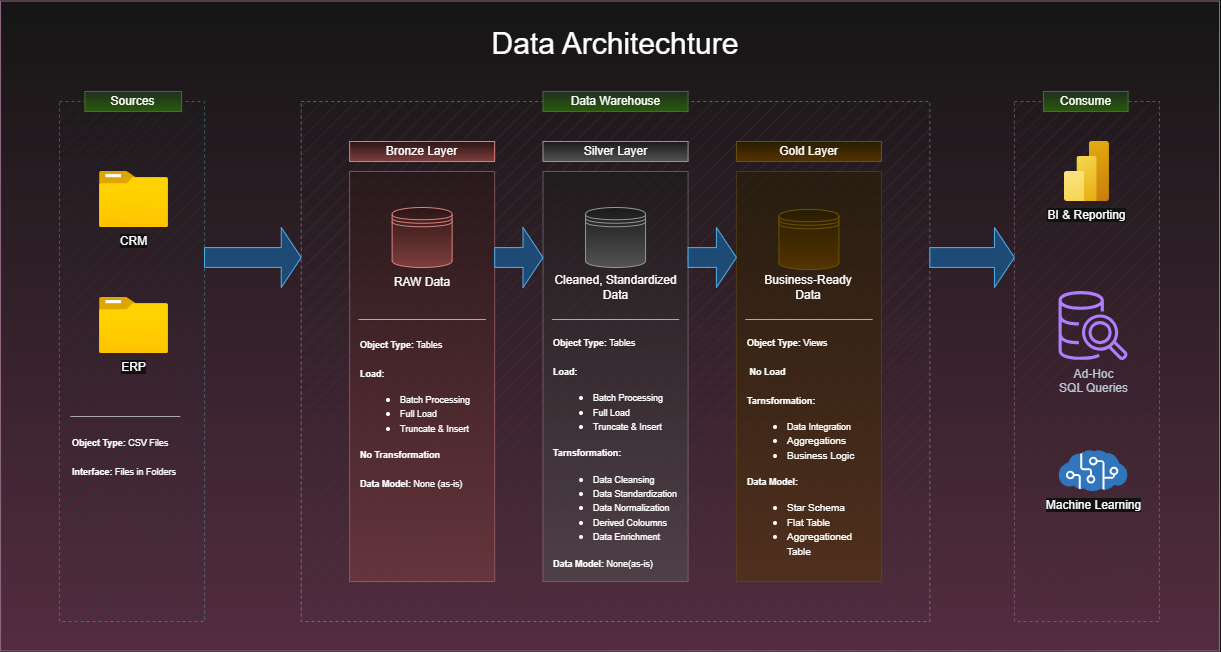
Above: docs/Data Architecture.png in galibhasan720/sql-data-warehouse-project-dwh (draw.io), before the change. Source tidied: cells renumbered, new cells last; positions are measured from the earlier drawing's top-left corner, leaving out a move shared by most shapes.
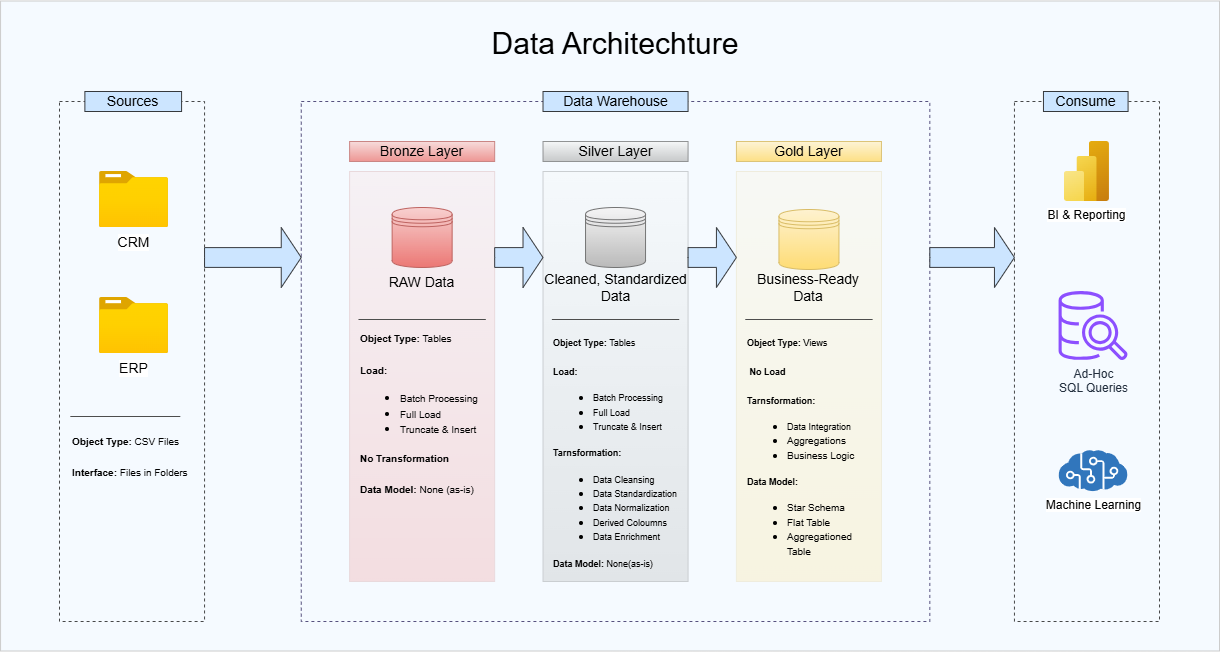
After the change.

Commit message:
Architecture Diagram updated

Diff of the diagram source:
```diff
@@ -2,70 +2,70 @@
   <root>
     <mxCell id="0" />
     <mxCell id="1" parent="0" />
-    <mxCell id="2" style="rounded=0;whiteSpace=wrap;html=1;fillColor=light-dark(#E6D0DE,#161616);gradientColor=light-dark(#D5739D,#63334A);strokeColor=#996185;opacity=80;opacityGroup=1;" parent="1" vertex="1">
+    <mxCell id="2" style="rounded=0;whiteSpace=wrap;html=1;fillColor=#cce5ff;strokeColor=#000000;opacity=20;opacityGroup=1;" parent="1" vertex="1">
       <mxGeometry y="-0.5" width="1219" height="650" as="geometry" />
     </mxCell>
-    <mxCell id="3" style="group;fillColor=none;" parent="1" vertex="1">
+    <mxCell id="3" style="group;fillColor=none;opacity=80;opacityGroup=1;" parent="1" vertex="1">
       <mxGeometry x="59" y="90" width="1100" height="550" as="geometry" />
     </mxCell>
-    <mxCell id="4" style="rounded=0;whiteSpace=wrap;html=1;fillColor=#b0e3e6;dashed=1;strokeColor=#0e8088;fillStyle=hatch;opacity=50;opacityGroup=1;" parent="3" vertex="1">
+    <mxCell id="4" style="rounded=0;whiteSpace=wrap;html=1;fillColor=none;dashed=1;strokeColor=light-dark(#1A1A1A,#1A1A1A);fillStyle=hatch;opacity=80;opacityGroup=1;" parent="3" vertex="1">
       <mxGeometry y="10" width="145.1" height="520" as="geometry" />
     </mxCell>
-    <mxCell id="5" style="rounded=0;whiteSpace=wrap;html=1;fillColor=#e6d0de;dashed=1;strokeColor=#996185;gradientColor=none;fillStyle=hatch;opacity=50;opacityGroup=1;" parent="3" vertex="1">
+    <mxCell id="5" style="rounded=0;whiteSpace=wrap;html=1;fillColor=none;dashed=1;strokeColor=light-dark(#1A1A1A,#000000);fillStyle=hatch;opacity=80;opacityGroup=1;" parent="3" vertex="1">
       <mxGeometry x="954.9" y="10" width="145.1" height="520" as="geometry" />
     </mxCell>
-    <mxCell id="6" style="rounded=0;whiteSpace=wrap;html=1;fillColor=#d0cee2;dashed=1;strokeColor=#56517e;fillStyle=hatch;opacity=50;opacityGroup=1;" parent="3" vertex="1">
+    <mxCell id="6" style="rounded=0;whiteSpace=wrap;html=1;fillColor=none;dashed=1;strokeColor=light-dark(#56517E,#1A1A1A);fillStyle=hatch;" parent="3" vertex="1">
       <mxGeometry x="241.8" y="10" width="628.6" height="520" as="geometry" />
     </mxCell>
-    <mxCell id="7" value="Sources" style="rounded=0;whiteSpace=wrap;html=1;fillColor=#d5e8d4;strokeColor=#82b366;gradientColor=#97d077;" parent="3" vertex="1">
+    <mxCell id="7" value="Sources" style="rounded=0;whiteSpace=wrap;html=1;fillColor=#cce5ff;strokeColor=#36393d;fontSize=14;fontStyle=0;" parent="3" vertex="1">
       <mxGeometry x="25.4" width="96.7" height="20" as="geometry" />
     </mxCell>
-    <mxCell id="8" value="Data Warehouse" style="rounded=0;whiteSpace=wrap;html=1;fillColor=#d5e8d4;strokeColor=#82b366;gradientColor=#97d077;" parent="3" vertex="1">
+    <mxCell id="8" value="Data Warehouse" style="rounded=0;whiteSpace=wrap;html=1;fillColor=#cce5ff;strokeColor=#36393d;fontSize=14;fontStyle=0;" parent="3" vertex="1">
       <mxGeometry x="483.5" width="145.1" height="20" as="geometry" />
     </mxCell>
-    <mxCell id="9" value="Consume" style="rounded=0;whiteSpace=wrap;html=1;fillColor=#d5e8d4;strokeColor=#82b366;gradientColor=#97d077;" parent="3" vertex="1">
+    <mxCell id="9" value="Consume" style="rounded=0;whiteSpace=wrap;html=1;fillColor=#cce5ff;strokeColor=#36393d;fontSize=14;fontStyle=0;" parent="3" vertex="1">
       <mxGeometry x="984" width="84.6" height="20" as="geometry" />
     </mxCell>
-    <mxCell id="10" value="Bronze Layer" style="rounded=0;whiteSpace=wrap;html=1;fillColor=light-dark(#F8CECC,#2B1615);strokeColor=#b85450;gradientColor=light-dark(#EA6B66,#7E3E3D);" parent="3" vertex="1">
+    <mxCell id="10" value="Bronze Layer" style="rounded=0;whiteSpace=wrap;html=1;fillColor=light-dark(#F8CECC,#2B1615);strokeColor=#b85450;gradientColor=light-dark(#EA6B66,#7E3E3D);fontSize=14;fontStyle=0;opacity=70;opacityGroup=1;" parent="3" vertex="1">
       <mxGeometry x="290.1" y="50" width="145.1" height="20" as="geometry" />
     </mxCell>
-    <mxCell id="11" value="Silver Layer" style="rounded=0;whiteSpace=wrap;html=1;fillColor=#f5f5f5;strokeColor=#666666;gradientColor=#b3b3b3;" parent="3" vertex="1">
+    <mxCell id="11" value="Silver Layer" style="rounded=0;whiteSpace=wrap;html=1;fillColor=#f5f5f5;strokeColor=#666666;gradientColor=#b3b3b3;fontSize=14;fontStyle=0;opacity=70;opacityGroup=1;" parent="3" vertex="1">
       <mxGeometry x="483.5" y="50" width="145.1" height="20" as="geometry" />
     </mxCell>
-    <mxCell id="12" value="Gold Layer" style="rounded=0;whiteSpace=wrap;html=1;fillColor=#fff2cc;strokeColor=#d6b656;gradientColor=#ffd966;" parent="3" vertex="1">
+    <mxCell id="12" value="Gold Layer" style="rounded=0;whiteSpace=wrap;html=1;fillColor=#fff2cc;strokeColor=#d6b656;gradientColor=light-dark(#FFD966,#6F4300);fontSize=14;fontStyle=0;opacity=80;opacityGroup=1;" parent="3" vertex="1">
       <mxGeometry x="676.9" y="50" width="145.1" height="20" as="geometry" />
     </mxCell>
-    <mxCell id="13" style="rounded=0;whiteSpace=wrap;html=1;fillColor=light-dark(#F8CECC,#2B1615);strokeColor=#b85450;gradientColor=light-dark(#EA6B66,#7E3E3D);opacity=50;opacityGroup=1;" parent="3" vertex="1">
+    <mxCell id="13" style="rounded=0;whiteSpace=wrap;html=1;fillColor=light-dark(#F8CECC,#2B1615);strokeColor=light-dark(#B85450,#000000);gradientColor=light-dark(#EA6B66,#7E3E3D);opacity=20;opacityGroup=1;" parent="3" vertex="1">
       <mxGeometry x="290.1" y="80" width="145.1" height="410" as="geometry" />
     </mxCell>
-    <mxCell id="14" style="rounded=0;whiteSpace=wrap;html=1;fillColor=#f5f5f5;strokeColor=#666666;gradientColor=#b3b3b3;opacity=50;opacityGroup=1;" parent="3" vertex="1">
+    <mxCell id="14" style="rounded=0;whiteSpace=wrap;html=1;fillColor=#f5f5f5;strokeColor=#666666;gradientColor=#b3b3b3;opacity=30;opacityGroup=1;" parent="3" vertex="1">
       <mxGeometry x="483.5" y="80" width="145.1" height="410" as="geometry" />
     </mxCell>
-    <mxCell id="15" style="rounded=0;whiteSpace=wrap;html=1;fillColor=#fff2cc;strokeColor=#d6b656;gradientColor=#ffd966;opacity=50;opacityGroup=1;" parent="3" vertex="1">
+    <mxCell id="15" style="rounded=0;whiteSpace=wrap;html=1;fillColor=#fff2cc;strokeColor=#d6b656;gradientColor=#ffd966;opacity=20;opacityGroup=1;" parent="3" vertex="1">
       <mxGeometry x="676.9" y="80" width="145.1" height="410" as="geometry" />
     </mxCell>
-    <mxCell id="16" value="CRM" style="image;html=1;align=center;fontSize=12;image=img/lib/azure2/general/Folder_Blank.svg;" parent="3" vertex="1">
+    <mxCell id="16" value="&lt;font style=&quot;font-size: 14px;&quot;&gt;CRM&lt;/font&gt;" style="image;html=1;align=center;fontSize=12;image=img/lib/azure2/general/Folder_Blank.svg;" parent="3" vertex="1">
       <mxGeometry x="40" y="80" width="69" height="56" as="geometry" />
     </mxCell>
-    <mxCell id="17" value="ERP" style="image;html=1;align=center;fontSize=12;image=img/lib/azure2/general/Folder_Blank.svg;" parent="3" vertex="1">
+    <mxCell id="17" value="&lt;font style=&quot;font-size: 14px;&quot;&gt;ERP&lt;/font&gt;" style="image;html=1;align=center;fontSize=12;image=img/lib/azure2/general/Folder_Blank.svg;" parent="3" vertex="1">
       <mxGeometry x="40" y="206" width="69" height="56" as="geometry" />
     </mxCell>
-    <mxCell id="18" style="shape=datastore;whiteSpace=wrap;html=1;fillColor=light-dark(#F8CECC,#2B1615);strokeColor=#b85450;gradientColor=light-dark(#EA6B66,#7E3E3D);" parent="3" vertex="1">
+    <mxCell id="18" style="shape=datastore;whiteSpace=wrap;html=1;fillColor=light-dark(#F8CECC,#2B1615);strokeColor=#b85450;gradientColor=light-dark(#EA6B66,#7E3E3D);opacity=90;opacityGroup=1;" parent="3" vertex="1">
       <mxGeometry x="332.6" y="116" width="60" height="60" as="geometry" />
     </mxCell>
-    <mxCell id="19" value="RAW Data" style="text;html=1;whiteSpace=wrap;strokeColor=none;fillColor=none;align=center;verticalAlign=middle;rounded=0;" parent="3" vertex="1">
-      <mxGeometry x="332.6" y="176" width="60" height="30" as="geometry" />
+    <mxCell id="19" value="RAW Data" style="text;html=1;whiteSpace=wrap;strokeColor=none;fillColor=none;align=center;verticalAlign=middle;rounded=0;fontSize=14;fontStyle=0;" parent="3" vertex="1">
+      <mxGeometry x="324" y="176" width="77.4" height="30" as="geometry" />
     </mxCell>
-    <mxCell id="20" style="shape=datastore;whiteSpace=wrap;html=1;fillColor=#f5f5f5;strokeColor=#666666;gradientColor=#b3b3b3;" parent="3" vertex="1">
+    <mxCell id="20" style="shape=datastore;whiteSpace=wrap;html=1;fillColor=#f5f5f5;strokeColor=#666666;gradientColor=#b3b3b3;opacity=90;opacityGroup=1;" parent="3" vertex="1">
       <mxGeometry x="526" y="116" width="60" height="60" as="geometry" />
     </mxCell>
-    <mxCell id="21" style="shape=datastore;whiteSpace=wrap;html=1;fillColor=#fff2cc;strokeColor=#d6b656;gradientColor=#ffd966;" parent="3" vertex="1">
+    <mxCell id="21" style="shape=datastore;whiteSpace=wrap;html=1;fillColor=#fff2cc;strokeColor=#d6b656;gradientColor=#ffd966;opacity=90;opacityGroup=1;" parent="3" vertex="1">
       <mxGeometry x="719.4" y="118" width="60" height="60" as="geometry" />
     </mxCell>
-    <mxCell id="22" value="Cleaned, Standardized Data" style="text;html=1;whiteSpace=wrap;strokeColor=none;fillColor=none;align=center;verticalAlign=middle;rounded=0;" parent="3" vertex="1">
+    <mxCell id="22" value="Cleaned, Standardized Data" style="text;html=1;whiteSpace=wrap;strokeColor=none;fillColor=none;align=center;verticalAlign=middle;rounded=0;fontSize=14;fontStyle=0;" parent="3" vertex="1">
       <mxGeometry x="483.5" y="181" width="145.1" height="30" as="geometry" />
     </mxCell>
-    <mxCell id="23" value="Business-Ready Data" style="text;html=1;whiteSpace=wrap;strokeColor=none;fillColor=none;align=center;verticalAlign=middle;rounded=0;" parent="3" vertex="1">
+    <mxCell id="23" value="Business-Ready Data" style="text;html=1;whiteSpace=wrap;strokeColor=none;fillColor=none;align=center;verticalAlign=middle;rounded=0;fontSize=14;fontStyle=0;" parent="3" vertex="1">
       <mxGeometry x="694.5" y="181" width="110" height="30" as="geometry" />
     </mxCell>
     <mxCell id="24" style="line;strokeWidth=1;html=1;strokeColor=#4D4D4D;" parent="3" vertex="1">
@@ -80,16 +80,16 @@
     <mxCell id="27" style="line;strokeWidth=1;html=1;strokeColor=#4D4D4D;" parent="3" vertex="1">
       <mxGeometry x="10.8" y="320" width="110" height="10" as="geometry" />
     </mxCell>
-    <mxCell id="28" style="html=1;shadow=0;dashed=0;align=center;verticalAlign=middle;shape=mxgraph.arrows2.arrow;dy=0.67;dx=20;notch=0;fillColor=#99CCFF;strokeColor=#006EAF;fontColor=#ffffff;" parent="3" vertex="1">
+    <mxCell id="28" style="html=1;shadow=0;dashed=0;align=center;verticalAlign=middle;shape=mxgraph.arrows2.arrow;dy=0.67;dx=20;notch=0;fillColor=#cce5ff;strokeColor=#36393d;" parent="3" vertex="1">
       <mxGeometry x="145.1" y="136" width="96.7" height="60" as="geometry" />
     </mxCell>
-    <mxCell id="29" style="html=1;shadow=0;dashed=0;align=center;verticalAlign=middle;shape=mxgraph.arrows2.arrow;dy=0.67;dx=20;notch=0;fillColor=#99CCFF;strokeColor=#006EAF;fontColor=#ffffff;" parent="3" vertex="1">
+    <mxCell id="29" style="html=1;shadow=0;dashed=0;align=center;verticalAlign=middle;shape=mxgraph.arrows2.arrow;dy=0.67;dx=20;notch=0;fillColor=#cce5ff;strokeColor=#36393d;" parent="3" vertex="1">
       <mxGeometry x="435.2" y="136" width="48.4" height="60" as="geometry" />
     </mxCell>
-    <mxCell id="30" style="html=1;shadow=0;dashed=0;align=center;verticalAlign=middle;shape=mxgraph.arrows2.arrow;dy=0.67;dx=20;notch=0;fillColor=#99CCFF;strokeColor=#006EAF;fontColor=#ffffff;" parent="3" vertex="1">
+    <mxCell id="30" style="html=1;shadow=0;dashed=0;align=center;verticalAlign=middle;shape=mxgraph.arrows2.arrow;dy=0.67;dx=20;notch=0;fillColor=#cce5ff;strokeColor=#36393d;" parent="3" vertex="1">
       <mxGeometry x="628.6" y="136" width="48.4" height="60" as="geometry" />
     </mxCell>
-    <mxCell id="31" style="html=1;shadow=0;dashed=0;align=center;verticalAlign=middle;shape=mxgraph.arrows2.arrow;dy=0.67;dx=20;notch=0;fillColor=#99CCFF;strokeColor=#006EAF;fontColor=#ffffff;" parent="3" vertex="1">
+    <mxCell id="31" style="html=1;shadow=0;dashed=0;align=center;verticalAlign=middle;shape=mxgraph.arrows2.arrow;dy=0.67;dx=20;notch=0;fillColor=#cce5ff;strokeColor=#36393d;" parent="3" vertex="1">
       <mxGeometry x="870.3" y="136" width="84.6" height="60" as="geometry" />
     </mxCell>
     <mxCell id="32" value="BI &amp;amp; Reporting" style="image;html=1;align=center;fontSize=12;image=img/lib/azure2/analytics/Power_BI_Embedded.svg;" parent="3" vertex="1">
@@ -101,7 +101,7 @@
     <mxCell id="34" value="&lt;div&gt;Ad-Hoc&lt;/div&gt;SQL Queries" style="sketch=0;fontColor=#232F3E;gradientColor=none;fillColor=#8C4FFF;strokeColor=none;dashed=0;verticalLabelPosition=bottom;verticalAlign=top;align=center;html=1;fontSize=12;fontStyle=0;shape=mxgraph.aws4.redshift_query_editor_v20_light;" parent="3" vertex="1">
       <mxGeometry x="999.6" y="200" width="69" height="69" as="geometry" />
     </mxCell>
-    <mxCell id="35" value="&lt;font style=&quot;font-size: 9px;&quot;&gt;&lt;b style=&quot;&quot;&gt;Object Type: &lt;/b&gt;Tables&lt;/font&gt;&lt;div&gt;&lt;div style=&quot;&quot;&gt;&lt;font style=&quot;font-size: 9px;&quot;&gt;&lt;br&gt;&lt;/font&gt;&lt;/div&gt;&lt;div&gt;&lt;b style=&quot;background-color: transparent; color: light-dark(#000000, var(--ge-light-color, #ffffff));&quot;&gt;&lt;font style=&quot;font-size: 9px;&quot;&gt;Load:&lt;/font&gt;&lt;/b&gt;&lt;/div&gt;&lt;div&gt;&lt;ul&gt;&lt;li&gt;&lt;b&gt;&lt;span style=&quot;font-weight: 400; background-color: transparent;&quot;&gt;&lt;font style=&quot;font-size: 9px;&quot;&gt;Batch Processing&lt;/font&gt;&lt;/span&gt;&lt;/b&gt;&lt;/li&gt;&lt;li&gt;&lt;b&gt;&lt;span style=&quot;font-weight: 400; background-color: transparent;&quot;&gt;&lt;font style=&quot;font-size: 9px;&quot;&gt;Full Load&lt;/font&gt;&lt;/span&gt;&lt;/b&gt;&lt;/li&gt;&lt;li&gt;&lt;b&gt;&lt;span style=&quot;font-weight: 400; background-color: transparent;&quot;&gt;&lt;font style=&quot;font-size: 9px;&quot;&gt;Truncate &amp;amp; Insert&lt;/font&gt;&lt;/span&gt;&lt;/b&gt;&lt;/li&gt;&lt;/ul&gt;&lt;b&gt;&lt;font style=&quot;font-size: 9px;&quot;&gt;No Transformation&amp;nbsp;&amp;nbsp;&lt;/font&gt;&lt;/b&gt;&lt;/div&gt;&lt;/div&gt;&lt;div&gt;&lt;b&gt;&lt;font style=&quot;font-size: 9px;&quot;&gt;&lt;br&gt;&lt;/font&gt;&lt;/b&gt;&lt;/div&gt;&lt;div&gt;&lt;div&gt;&lt;font style=&quot;font-size: 9px;&quot;&gt;&lt;b style=&quot;&quot;&gt;Data Model: &lt;/b&gt;None (as-is)&lt;/font&gt;&lt;/div&gt;&lt;/div&gt;" style="text;html=1;whiteSpace=wrap;strokeColor=none;fillColor=none;align=left;verticalAlign=middle;rounded=0;" parent="3" vertex="1">
+    <mxCell id="35" value="&lt;font style=&quot;font-size: 10px;&quot;&gt;&lt;b style=&quot;&quot;&gt;Object Type: &lt;/b&gt;Tables&lt;/font&gt;&lt;div&gt;&lt;div style=&quot;&quot;&gt;&lt;font style=&quot;font-size: 10px;&quot;&gt;&lt;br&gt;&lt;/font&gt;&lt;/div&gt;&lt;div&gt;&lt;b style=&quot;background-color: transparent; color: light-dark(#000000, var(--ge-light-color, #ffffff));&quot;&gt;&lt;font style=&quot;font-size: 10px;&quot;&gt;Load:&lt;/font&gt;&lt;/b&gt;&lt;/div&gt;&lt;div&gt;&lt;ul&gt;&lt;li&gt;&lt;b&gt;&lt;span style=&quot;font-weight: 400; background-color: transparent;&quot;&gt;&lt;font style=&quot;font-size: 10px;&quot;&gt;Batch Processing&lt;/font&gt;&lt;/span&gt;&lt;/b&gt;&lt;/li&gt;&lt;li&gt;&lt;b&gt;&lt;span style=&quot;font-weight: 400; background-color: transparent;&quot;&gt;&lt;font style=&quot;font-size: 10px;&quot;&gt;Full Load&lt;/font&gt;&lt;/span&gt;&lt;/b&gt;&lt;/li&gt;&lt;li&gt;&lt;b&gt;&lt;span style=&quot;font-weight: 400; background-color: transparent;&quot;&gt;&lt;font style=&quot;font-size: 10px;&quot;&gt;Truncate &amp;amp; Insert&lt;/font&gt;&lt;/span&gt;&lt;/b&gt;&lt;/li&gt;&lt;/ul&gt;&lt;b&gt;&lt;font style=&quot;font-size: 10px;&quot;&gt;No Transformation&amp;nbsp;&amp;nbsp;&lt;/font&gt;&lt;/b&gt;&lt;/div&gt;&lt;/div&gt;&lt;div&gt;&lt;b&gt;&lt;font style=&quot;font-size: 10px;&quot;&gt;&lt;br&gt;&lt;/font&gt;&lt;/b&gt;&lt;/div&gt;&lt;div&gt;&lt;div&gt;&lt;font style=&quot;font-size: 10px;&quot;&gt;&lt;b style=&quot;&quot;&gt;Data Model: &lt;/b&gt;None (as-is)&lt;/font&gt;&lt;/div&gt;&lt;/div&gt;" style="text;html=1;whiteSpace=wrap;strokeColor=none;fillColor=none;align=left;verticalAlign=middle;rounded=0;fontSize=13;" parent="3" vertex="1">
       <mxGeometry x="299" y="244.4" width="127.4" height="156" as="geometry" />
     </mxCell>
     <mxCell id="36" value="&lt;font style=&quot;font-size: 9px;&quot;&gt;&lt;b style=&quot;&quot;&gt;Object Type: &lt;/b&gt;Tables&lt;/font&gt;&lt;div&gt;&lt;div style=&quot;&quot;&gt;&lt;font style=&quot;font-size: 9px;&quot;&gt;&lt;br&gt;&lt;/font&gt;&lt;/div&gt;&lt;div&gt;&lt;b style=&quot;background-color: transparent; color: light-dark(#000000, var(--ge-light-color, #ffffff));&quot;&gt;&lt;font style=&quot;font-size: 9px;&quot;&gt;Load:&lt;/font&gt;&lt;/b&gt;&lt;/div&gt;&lt;div&gt;&lt;ul&gt;&lt;li&gt;&lt;b&gt;&lt;span style=&quot;font-weight: 400; background-color: transparent;&quot;&gt;&lt;font style=&quot;font-size: 9px;&quot;&gt;Batch Processing&lt;/font&gt;&lt;/span&gt;&lt;/b&gt;&lt;/li&gt;&lt;li&gt;&lt;b&gt;&lt;span style=&quot;font-weight: 400; background-color: transparent;&quot;&gt;&lt;font style=&quot;font-size: 9px;&quot;&gt;Full Load&lt;/font&gt;&lt;/span&gt;&lt;/b&gt;&lt;/li&gt;&lt;li&gt;&lt;b&gt;&lt;span style=&quot;font-weight: 400; background-color: transparent;&quot;&gt;&lt;font style=&quot;font-size: 9px;&quot;&gt;Truncate &amp;amp; Insert&lt;/font&gt;&lt;/span&gt;&lt;/b&gt;&lt;/li&gt;&lt;/ul&gt;&lt;b&gt;&lt;font style=&quot;font-size: 9px;&quot;&gt;Tarnsformation:&lt;/font&gt;&lt;/b&gt;&lt;/div&gt;&lt;/div&gt;&lt;div&gt;&lt;ul&gt;&lt;li&gt;&lt;font style=&quot;font-size: 9px;&quot;&gt;Data Cleansing&lt;/font&gt;&lt;/li&gt;&lt;li&gt;&lt;font style=&quot;font-size: 9px;&quot;&gt;Data Standardization&lt;/font&gt;&lt;/li&gt;&lt;li&gt;&lt;font style=&quot;font-size: 9px;&quot;&gt;Data Normalization&lt;/font&gt;&lt;/li&gt;&lt;li&gt;&lt;font style=&quot;font-size: 9px;&quot;&gt;Derived Coloumns&lt;/font&gt;&lt;/li&gt;&lt;li&gt;&lt;font style=&quot;font-size: 9px;&quot;&gt;Data Enrichment&lt;/font&gt;&lt;/li&gt;&lt;/ul&gt;&lt;div&gt;&lt;font style=&quot;font-size: 9px;&quot;&gt;&lt;b style=&quot;&quot;&gt;Data Model: &lt;/b&gt;None(as-is)&lt;/font&gt;&lt;/div&gt;&lt;/div&gt;" style="text;html=1;whiteSpace=wrap;strokeColor=none;fillColor=none;align=left;verticalAlign=middle;rounded=0;" parent="3" vertex="1">
@@ -110,7 +110,7 @@
     <mxCell id="37" value="&lt;font style=&quot;font-size: 9px;&quot;&gt;&lt;b&gt;Object Type: &lt;/b&gt;Views&lt;/font&gt;&lt;div&gt;&lt;div&gt;&lt;font style=&quot;font-size: 9px;&quot;&gt;&lt;br&gt;&lt;/font&gt;&lt;/div&gt;&lt;div&gt;&lt;b style=&quot;background-color: transparent;&quot;&gt;&lt;font style=&quot;font-size: 9px;&quot;&gt;&amp;nbsp;No Load&lt;/font&gt;&lt;/b&gt;&lt;/div&gt;&lt;div&gt;&lt;b style=&quot;background-color: transparent;&quot;&gt;&lt;font style=&quot;font-size: 9px;&quot;&gt;&lt;br&gt;&lt;/font&gt;&lt;/b&gt;&lt;/div&gt;&lt;div&gt;&lt;b&gt;&lt;font style=&quot;font-size: 9px;&quot;&gt;Tarnsformation:&lt;/font&gt;&lt;/b&gt;&lt;/div&gt;&lt;/div&gt;&lt;div&gt;&lt;ul&gt;&lt;li&gt;&lt;font style=&quot;font-size: 9px;&quot;&gt;Data Integration&lt;/font&gt;&lt;/li&gt;&lt;li&gt;&lt;font size=&quot;1&quot;&gt;Aggregations&lt;/font&gt;&lt;/li&gt;&lt;li&gt;&lt;font size=&quot;1&quot;&gt;Business Logic&lt;/font&gt;&lt;/li&gt;&lt;/ul&gt;&lt;div&gt;&lt;font style=&quot;font-size: 9px;&quot;&gt;&lt;b&gt;Data Model:&amp;nbsp;&lt;/b&gt;&lt;/font&gt;&lt;/div&gt;&lt;/div&gt;&lt;div&gt;&lt;ul&gt;&lt;li&gt;&lt;font size=&quot;1&quot;&gt;Star Schema&lt;/font&gt;&lt;/li&gt;&lt;li&gt;&lt;font size=&quot;1&quot;&gt;Flat Table&lt;/font&gt;&lt;/li&gt;&lt;li&gt;&lt;font size=&quot;1&quot;&gt;Aggregationed Table&amp;nbsp;&lt;/font&gt;&lt;/li&gt;&lt;/ul&gt;&lt;/div&gt;" style="text;html=1;whiteSpace=wrap;strokeColor=none;fillColor=none;align=left;verticalAlign=middle;rounded=0;" parent="3" vertex="1">
       <mxGeometry x="685.8" y="236" width="127.4" height="250" as="geometry" />
     </mxCell>
-    <mxCell id="38" value="&lt;font style=&quot;font-size: 9px;&quot;&gt;&lt;b style=&quot;&quot;&gt;Object Type: &lt;/b&gt;CSV Files&lt;/font&gt;&lt;div&gt;&lt;div style=&quot;&quot;&gt;&lt;font style=&quot;font-size: 9px;&quot;&gt;&lt;br&gt;&lt;/font&gt;&lt;/div&gt;&lt;div&gt;&lt;span style=&quot;background-color: transparent; color: light-dark(#000000, var(--ge-light-color, #ffffff));&quot;&gt;&lt;font style=&quot;font-size: 9px;&quot;&gt;&lt;b&gt;Interface: &lt;/b&gt;Files in Folders&lt;/font&gt;&lt;/span&gt;&lt;/div&gt;&lt;/div&gt;" style="text;html=1;whiteSpace=wrap;strokeColor=none;fillColor=none;align=left;verticalAlign=middle;rounded=0;" parent="3" vertex="1">
+    <mxCell id="38" value="&lt;font style=&quot;font-size: 10px;&quot;&gt;&lt;b style=&quot;&quot;&gt;Object Type: &lt;/b&gt;CSV Files&lt;/font&gt;&lt;div&gt;&lt;div style=&quot;&quot;&gt;&lt;font style=&quot;font-size: 10px;&quot;&gt;&lt;br&gt;&lt;/font&gt;&lt;/div&gt;&lt;div&gt;&lt;span style=&quot;background-color: transparent; color: light-dark(#000000, var(--ge-light-color, #ffffff));&quot;&gt;&lt;font style=&quot;font-size: 10px;&quot;&gt;&lt;b&gt;Interface: &lt;/b&gt;Files in Folders&lt;/font&gt;&lt;/span&gt;&lt;/div&gt;&lt;/div&gt;" style="text;html=1;whiteSpace=wrap;strokeColor=none;fillColor=none;align=left;verticalAlign=middle;rounded=0;fontSize=13;" parent="3" vertex="1">
       <mxGeometry x="10.8" y="335" width="127.4" height="60" as="geometry" />
     </mxCell>
     <mxCell id="39" value="Data Architechture" style="text;html=1;whiteSpace=wrap;strokeColor=none;fillColor=none;align=center;verticalAlign=middle;rounded=0;fontSize=30;" parent="1" vertex="1">
```
